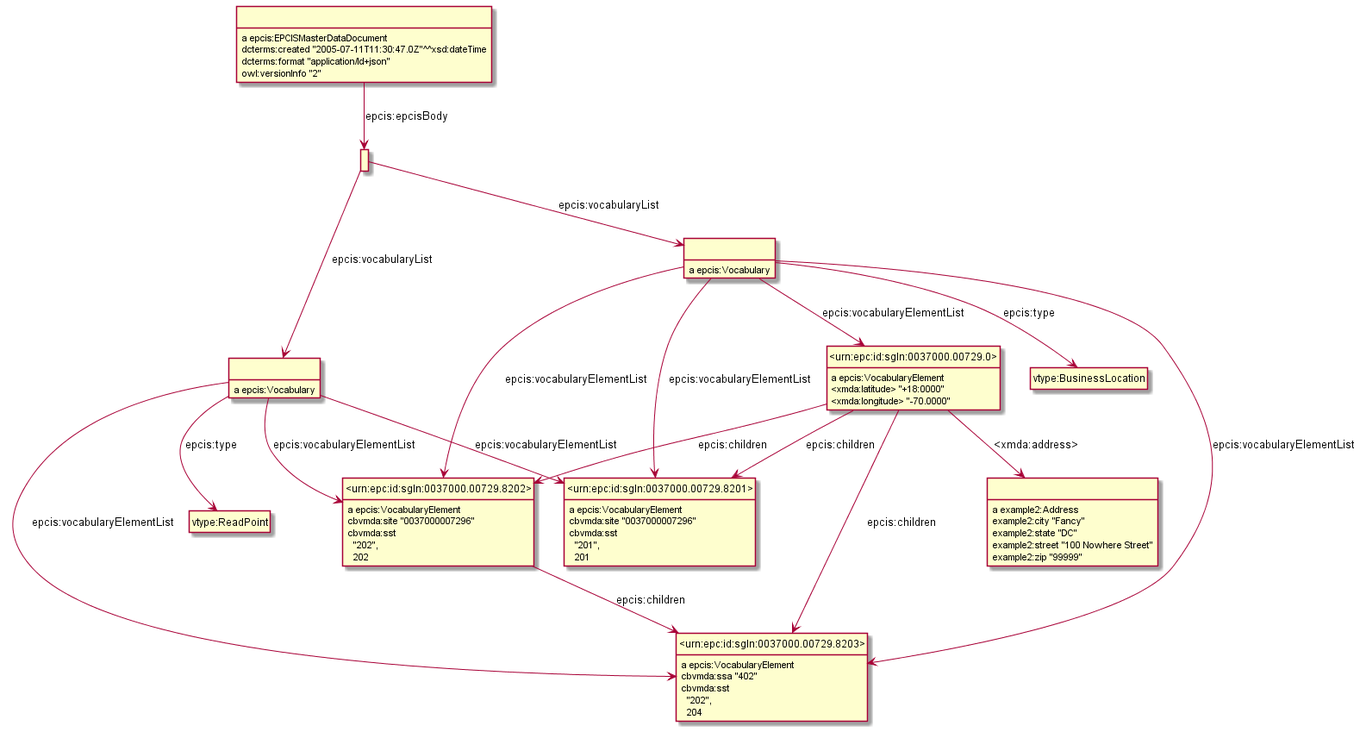
Before: Diagrams/Example_9.8.1-MasterData.png, a diagram exported from PlantUML (gs1/EPCIS).
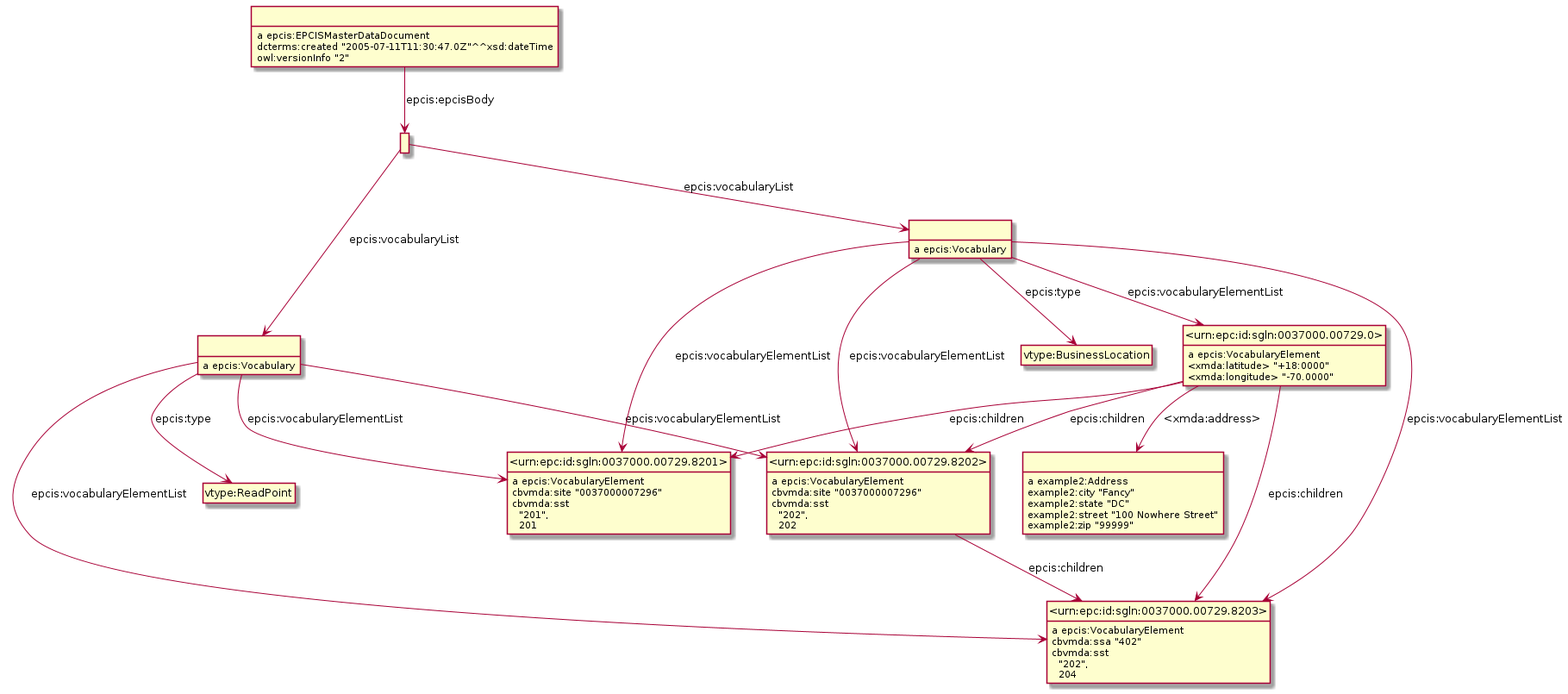
The same diagram one commit later.

Change to the diagram source:
```diff
@@ -9,49 +9,48 @@
 _urn_epc_id_sgln_0037000_00729_8202_ -down-> _urn_epc_id_sgln_0037000_00729_8203_ : epcis:children
 _urn_epc_id_sgln_0037000_00729_8202_ : cbvmda:site "0037000007296"
 _urn_epc_id_sgln_0037000_00729_8202_ : cbvmda:sst\n  "202",\n  202
+class _r1623307986r0_ as " "
+_r1623307986r0_ : a epcis:EPCISMasterDataDocument
+class _r1623307986r1_ as " "
+_r1623307986r0_ -down-> _r1623307986r1_ : epcis:epcisBody
+_r1623307986r0_ : dcterms:created "2005-07-11T11:30:47.0Z"^^xsd:dateTime
+_r1623307986r0_ : owl:versionInfo "2"
+class _r1623307986r2_ as " "
+_r1623307986r2_ : a epcis:Vocabulary
+_r1623307986r2_ -down-> _urn_epc_id_sgln_0037000_00729_8202_ : epcis:vocabularyElementList
+class vtype_ReadPoint as "vtype:ReadPoint"
+_r1623307986r2_ -down-> vtype_ReadPoint : epcis:type
+_r1623307986r2_ -down-> _urn_epc_id_sgln_0037000_00729_8203_ : epcis:vocabularyElementList
 class _urn_epc_id_sgln_0037000_00729_8201_ as "<urn:epc:id:sgln:0037000.00729.8201>"
+_r1623307986r2_ -down-> _urn_epc_id_sgln_0037000_00729_8201_ : epcis:vocabularyElementList
+_urn_epc_id_sgln_0037000_00729_8203_ : a epcis:VocabularyElement
+_urn_epc_id_sgln_0037000_00729_8203_ : cbvmda:ssa "402"
+_urn_epc_id_sgln_0037000_00729_8203_ : cbvmda:sst\n  "202",\n  204
+class _r1623307986r3_ as " "
+_r1623307986r3_ : a epcis:Vocabulary
+_r1623307986r3_ -down-> _urn_epc_id_sgln_0037000_00729_8203_ : epcis:vocabularyElementList
+_r1623307986r3_ -down-> _urn_epc_id_sgln_0037000_00729_8201_ : epcis:vocabularyElementList
+class vtype_BusinessLocation as "vtype:BusinessLocation"
+_r1623307986r3_ -down-> vtype_BusinessLocation : epcis:type
+_r1623307986r3_ -down-> _urn_epc_id_sgln_0037000_00729_8202_ : epcis:vocabularyElementList
+class _urn_epc_id_sgln_0037000_00729_0_ as "<urn:epc:id:sgln:0037000.00729.0>"
+_r1623307986r3_ -down-> _urn_epc_id_sgln_0037000_00729_0_ : epcis:vocabularyElementList
 _urn_epc_id_sgln_0037000_00729_8201_ : a epcis:VocabularyElement
 _urn_epc_id_sgln_0037000_00729_8201_ : cbvmda:site "0037000007296"
 _urn_epc_id_sgln_0037000_00729_8201_ : cbvmda:sst\n  "201",\n  201
-_urn_epc_id_sgln_0037000_00729_8203_ : a epcis:VocabularyElement
-_urn_epc_id_sgln_0037000_00729_8203_ : cbvmda:ssa "402"
-_urn_epc_id_sgln_0037000_00729_8203_ : cbvmda:sst\n  "202",\n  204
-class _r1617094422r2_ as " "
-_r1617094422r2_ : a epcis:Vocabulary
-_r1617094422r2_ -down-> _urn_epc_id_sgln_0037000_00729_8202_ : epcis:vocabularyElementList
-_r1617094422r2_ -down-> _urn_epc_id_sgln_0037000_00729_8201_ : epcis:vocabularyElementList
-_r1617094422r2_ -down-> _urn_epc_id_sgln_0037000_00729_8203_ : epcis:vocabularyElementList
-class vtype_ReadPoint as "vtype:ReadPoint"
-_r1617094422r2_ -down-> vtype_ReadPoint : epcis:type
-class _r1617094422r4_ as " "
-_r1617094422r4_ : a example2:Address
-_r1617094422r4_ : example2:city "Fancy"
-_r1617094422r4_ : example2:state "DC"
-_r1617094422r4_ : example2:street "100 Nowhere Street"
-_r1617094422r4_ : example2:zip "99999"
-class _urn_epc_id_sgln_0037000_00729_0_ as "<urn:epc:id:sgln:0037000.00729.0>"
+class _r1623307986r4_ as " "
+_r1623307986r4_ : a example2:Address
+_r1623307986r4_ : example2:city "Fancy"
+_r1623307986r4_ : example2:state "DC"
+_r1623307986r4_ : example2:street "100 Nowhere Street"
+_r1623307986r4_ : example2:zip "99999"
 _urn_epc_id_sgln_0037000_00729_0_ : a epcis:VocabularyElement
 _urn_epc_id_sgln_0037000_00729_0_ -down-> _urn_epc_id_sgln_0037000_00729_8203_ : epcis:children
 _urn_epc_id_sgln_0037000_00729_0_ -down-> _urn_epc_id_sgln_0037000_00729_8201_ : epcis:children
 _urn_epc_id_sgln_0037000_00729_0_ -down-> _urn_epc_id_sgln_0037000_00729_8202_ : epcis:children
-_urn_epc_id_sgln_0037000_00729_0_ -down-> _r1617094422r4_ : <xmda:address>
+_urn_epc_id_sgln_0037000_00729_0_ -down-> _r1623307986r4_ : <xmda:address>
 _urn_epc_id_sgln_0037000_00729_0_ : <xmda:latitude> "+18:0000"
 _urn_epc_id_sgln_0037000_00729_0_ : <xmda:longitude> "-70.0000"
-class _r1617094421r0_ as " "
-_r1617094421r0_ : a epcis:EPCISMasterDataDocument
-class _r1617094422r1_ as " "
-_r1617094421r0_ -down-> _r1617094422r1_ : epcis:epcisBody
-_r1617094421r0_ : dcterms:created "2005-07-11T11:30:47.0Z"^^xsd:dateTime
-_r1617094421r0_ : dcterms:format "application/ld+json"
-_r1617094421r0_ : owl:versionInfo "2"
-class _r1617094422r3_ as " "
-_r1617094422r3_ : a epcis:Vocabulary
-class vtype_BusinessLocation as "vtype:BusinessLocation"
-_r1617094422r3_ -down-> vtype_BusinessLocation : epcis:type
-_r1617094422r3_ -down-> _urn_epc_id_sgln_0037000_00729_0_ : epcis:vocabularyElementList
-_r1617094422r3_ -down-> _urn_epc_id_sgln_0037000_00729_8203_ : epcis:vocabularyElementList
-_r1617094422r3_ -down-> _urn_epc_id_sgln_0037000_00729_8201_ : epcis:vocabularyElementList
-_r1617094422r3_ -down-> _urn_epc_id_sgln_0037000_00729_8202_ : epcis:vocabularyElementList
-_r1617094422r1_ -down-> _r1617094422r3_ : epcis:vocabularyList
-_r1617094422r1_ -down-> _r1617094422r2_ : epcis:vocabularyList
+_r1623307986r1_ -down-> _r1623307986r3_ : epcis:vocabularyList
+_r1623307986r1_ -down-> _r1623307986r2_ : epcis:vocabularyList
 @enduml
```
